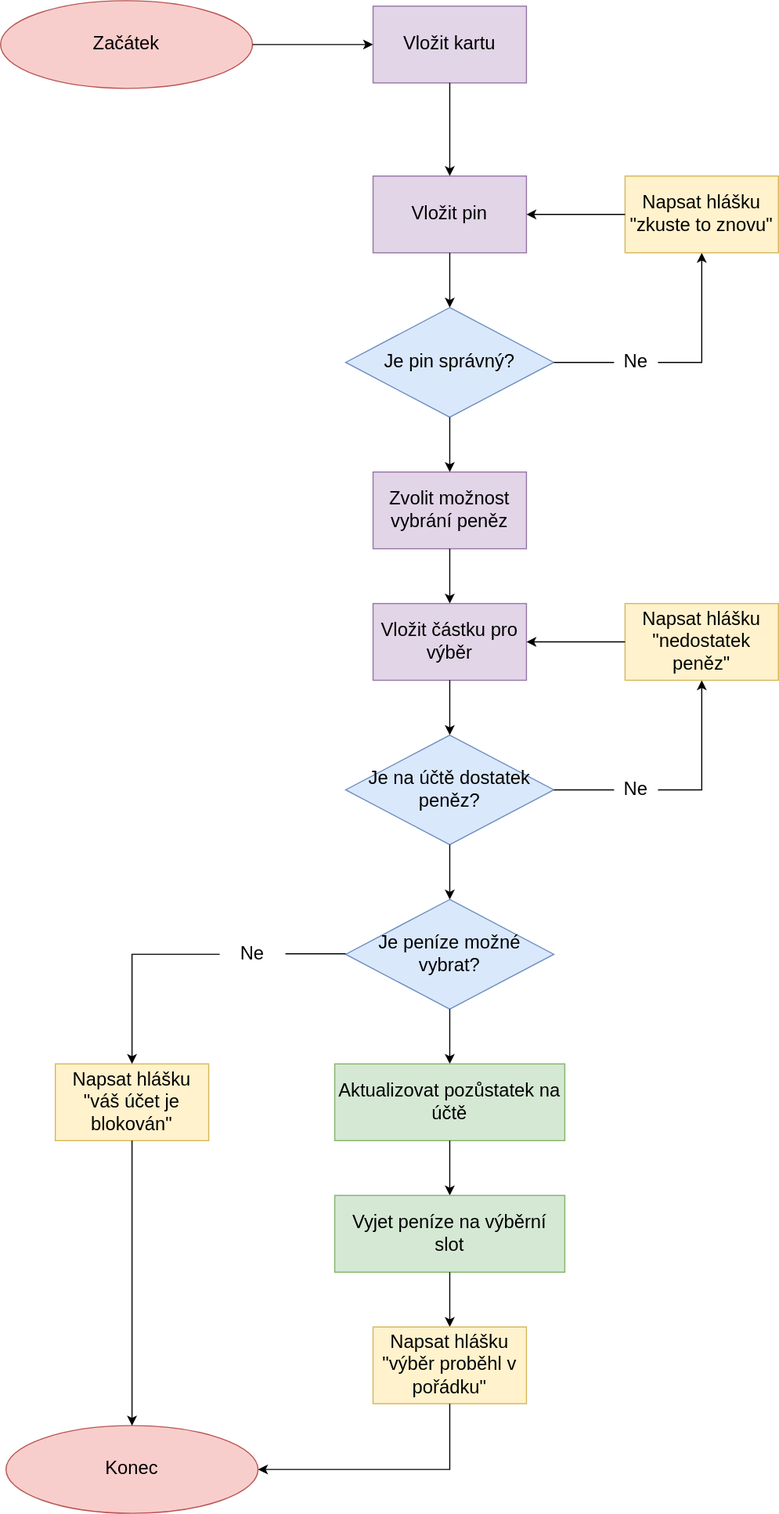
The draw.io diagram Výběr z bankomatu.drawio.svg in JanHousa/diagrams.net, before a commit. Source tidied: cells renumbered, new cells last; positions are measured from the earlier drawing's top-left corner, leaving out a move shared by most shapes.
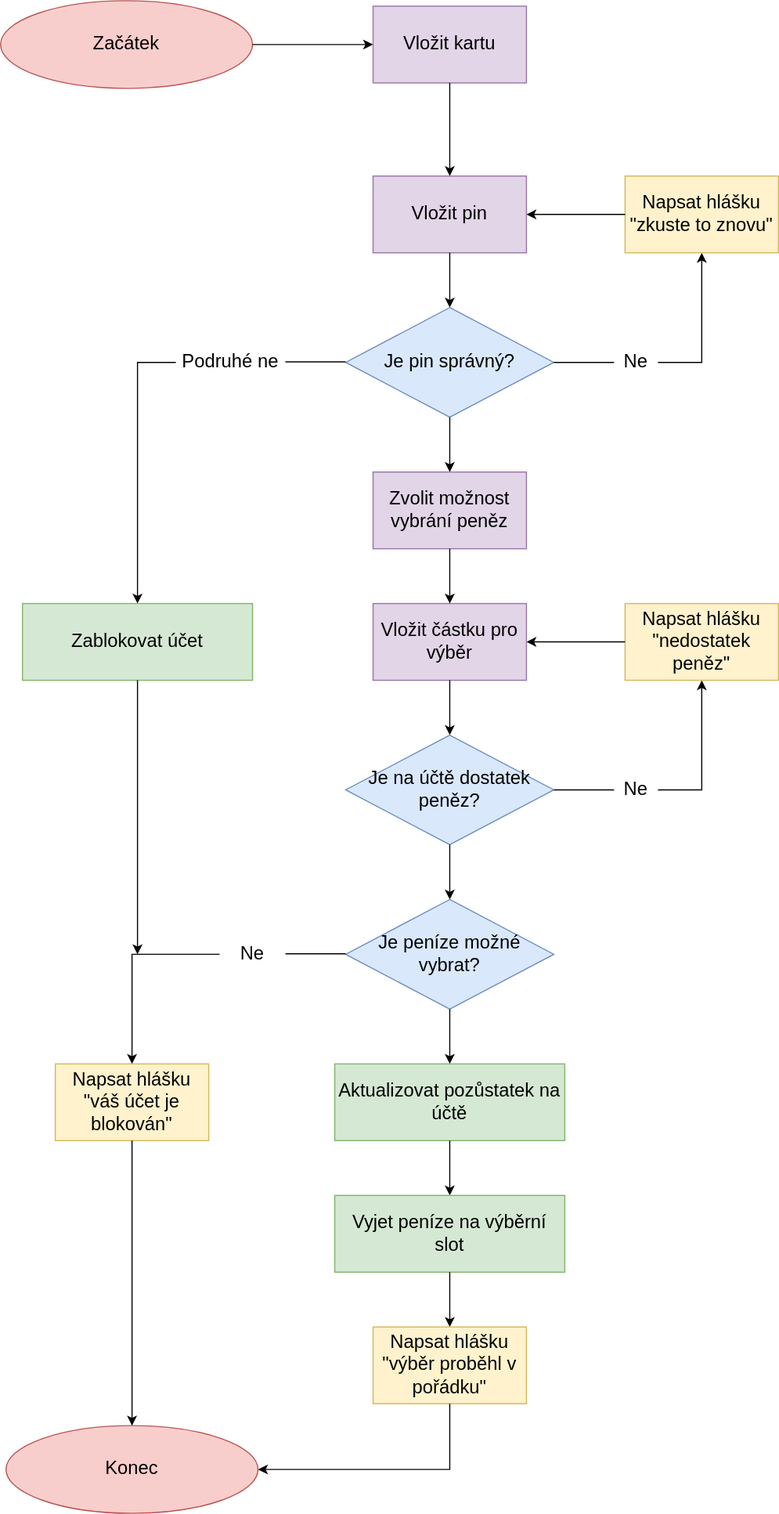
After the change.

Diff of the diagram source:
```diff
@@ -159,5 +159,25 @@
     <mxCell id="39" style="endArrow=classic;html=1;rounded=0;fontSize=17;edgeStyle=orthogonalEdgeStyle;entryX=1;entryY=0.5;entryDx=0;entryDy=0;exitX=0.5;exitY=1;exitDx=0;exitDy=0;" parent="1" edge="1" source="38" target="30">
       <mxGeometry relative="1" as="geometry" />
     </mxCell>
+    <mxCell id="40" style="endArrow=none;html=1;rounded=0;fontSize=17;exitX=1;exitY=0.5;exitDx=0;exitDy=0;" parent="1" edge="1">
+      <mxGeometry relative="1" as="geometry">
+        <mxPoint x="260" y="329.5" as="sourcePoint" />
+        <mxPoint x="315" y="329.5" as="targetPoint" />
+      </mxGeometry>
+    </mxCell>
+    <mxCell id="41" value="Podruhé ne" style="text;html=1;strokeColor=none;fillColor=none;align=center;verticalAlign=middle;whiteSpace=wrap;rounded=0;fontSize=17;" parent="1" vertex="1">
+      <mxGeometry x="160" y="315" width="100" height="30" as="geometry" />
+    </mxCell>
+    <mxCell id="42" style="endArrow=classic;html=1;rounded=0;edgeStyle=orthogonalEdgeStyle;exitX=0;exitY=0.5;exitDx=0;exitDy=0;entryX=0.5;entryY=0;entryDx=0;entryDy=0;" parent="1" edge="1" source="41" target="43">
+      <mxGeometry relative="1" as="geometry" />
+    </mxCell>
+    <mxCell id="43" value="Zablokovat účet" style="rounded=0;whiteSpace=wrap;html=1;fontSize=17;fillColor=#d5e8d4;strokeColor=#82b366;" parent="1" vertex="1">
+      <mxGeometry x="20" y="550" width="210" height="70" as="geometry" />
+    </mxCell>
+    <mxCell id="44" style="endArrow=classic;html=1;rounded=0;exitX=0.5;exitY=1;exitDx=0;exitDy=0;" parent="1" edge="1" source="43">
+      <mxGeometry relative="1" as="geometry">
+        <mxPoint x="125" y="870" as="targetPoint" />
+      </mxGeometry>
+    </mxCell>
   </root>
 </mxGraphModel>
```
